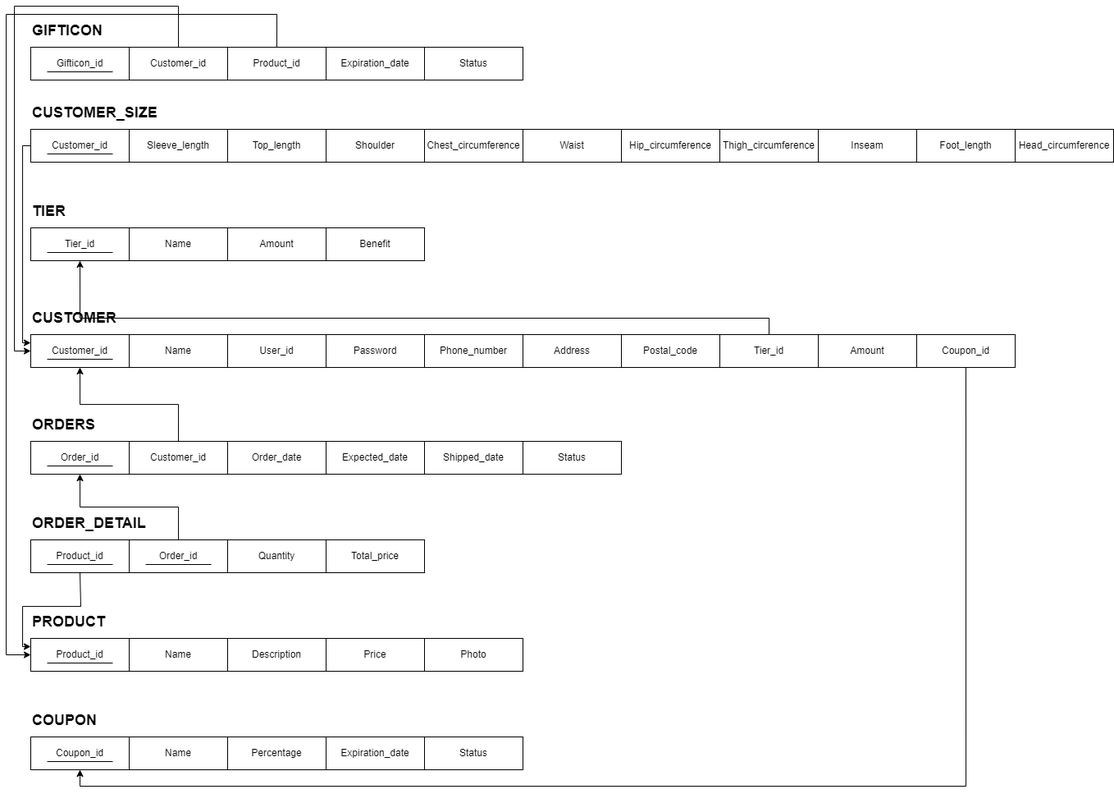
The draw.io diagram Phase_2/Phase_2_ER_relational_modeling.png in taegon98/COMP0322, before a commit. Source tidied: cells renumbered, new cells last; positions are measured from the earlier drawing's top-left corner, leaving out a move shared by most shapes.
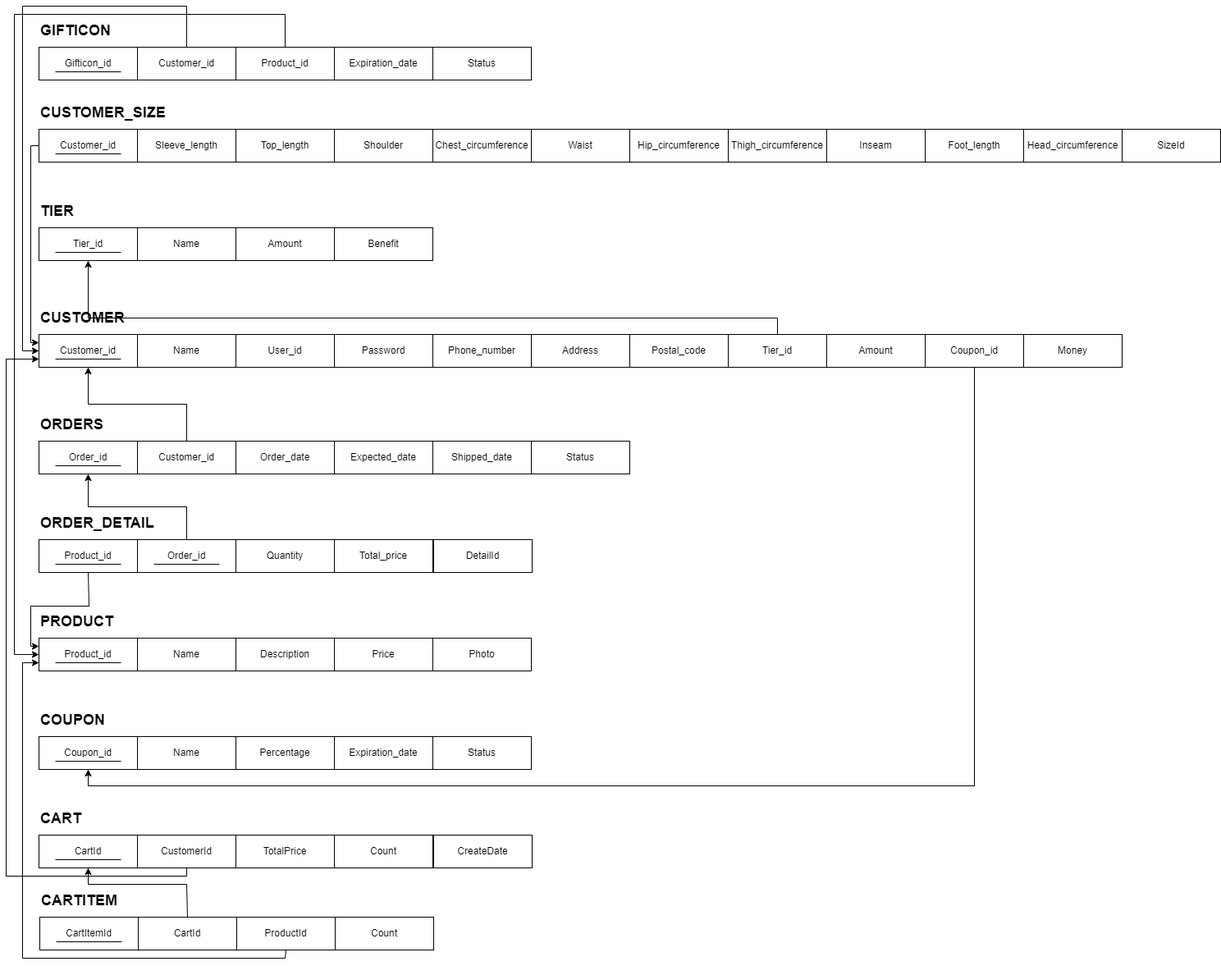
Later version of the same file.

Change to the diagram source:
```diff
@@ -307,5 +307,87 @@
     <mxCell id="79" value="Total_price" style="rounded=0;whiteSpace=wrap;html=1;" parent="1" vertex="1">
       <mxGeometry x="390" y="650" width="120" height="40" as="geometry" />
     </mxCell>
+    <mxCell id="80" value="Money" style="rounded=0;whiteSpace=wrap;html=1;" parent="1" vertex="1">
+      <mxGeometry x="1230" y="400" width="120" height="40" as="geometry" />
+    </mxCell>
+    <mxCell id="81" value="DetailId" style="rounded=0;whiteSpace=wrap;html=1;" parent="1" vertex="1">
+      <mxGeometry x="511" y="650" width="120" height="40" as="geometry" />
+    </mxCell>
+    <mxCell id="82" value="SizeId" style="rounded=0;whiteSpace=wrap;html=1;" parent="1" vertex="1">
+      <mxGeometry x="1350" y="150" width="120" height="40" as="geometry" />
+    </mxCell>
+    <mxCell id="83" value="CartId" style="rounded=0;whiteSpace=wrap;html=1;" parent="1" vertex="1">
+      <mxGeometry x="30" y="1010" width="120" height="40" as="geometry" />
+    </mxCell>
+    <mxCell id="84" value="CustomerId&lt;span style=&quot;white-space: pre;&quot;&gt;&#9;&lt;/span&gt;" style="rounded=0;whiteSpace=wrap;html=1;" parent="1" vertex="1">
+      <mxGeometry x="150" y="1010" width="120" height="40" as="geometry" />
+    </mxCell>
+    <mxCell id="85" value="TotalPrice" style="rounded=0;whiteSpace=wrap;html=1;" parent="1" vertex="1">
+      <mxGeometry x="270" y="1010" width="120" height="40" as="geometry" />
+    </mxCell>
+    <mxCell id="86" value="Count" style="rounded=0;whiteSpace=wrap;html=1;" parent="1" vertex="1">
+      <mxGeometry x="390" y="1010" width="120" height="40" as="geometry" />
+    </mxCell>
+    <mxCell id="87" style="endArrow=none;html=1;rounded=0;" parent="1" edge="1">
+      <mxGeometry relative="1" as="geometry">
+        <mxPoint x="130" y="1040" as="sourcePoint" />
+        <mxPoint x="50" y="1040" as="targetPoint" />
+      </mxGeometry>
+    </mxCell>
+    <mxCell id="88" value="CreateDate" style="rounded=0;whiteSpace=wrap;html=1;" parent="1" vertex="1">
+      <mxGeometry x="511" y="1010" width="120" height="40" as="geometry" />
+    </mxCell>
+    <mxCell id="89" style="edgeStyle=orthogonalEdgeStyle;rounded=0;jettySize=auto;html=1;exitX=0.5;exitY=1;exitDx=0;exitDy=0;entryX=0;entryY=0.75;entryDx=0;entryDy=0;" parent="1" edge="1" source="84" target="5">
+      <mxGeometry relative="1" as="geometry">
+        <Array as="points">
+          <mxPoint x="210" y="1060" />
+          <mxPoint x="-10" y="1060" />
+          <mxPoint x="-10" y="430" />
+        </Array>
+      </mxGeometry>
+    </mxCell>
+    <mxCell id="90" value="&lt;span style=&quot;font-size: 18px;&quot;&gt;&lt;b&gt;CART&lt;/b&gt;&lt;/span&gt;" style="text;html=1;align=left;verticalAlign=middle;strokeColor=none;fillColor=none;" parent="1" vertex="1">
+      <mxGeometry x="30" y="970" width="70" height="40" as="geometry" />
+    </mxCell>
+    <mxCell id="91" value="CartItemId" style="rounded=0;whiteSpace=wrap;html=1;" parent="1" vertex="1">
+      <mxGeometry x="31" y="1110" width="120" height="40" as="geometry" />
+    </mxCell>
+    <mxCell id="92" value="CartId" style="rounded=0;whiteSpace=wrap;html=1;" parent="1" vertex="1">
+      <mxGeometry x="151" y="1110" width="120" height="40" as="geometry" />
+    </mxCell>
+    <mxCell id="93" value="ProductId" style="rounded=0;whiteSpace=wrap;html=1;" parent="1" vertex="1">
+      <mxGeometry x="271" y="1110" width="120" height="40" as="geometry" />
+    </mxCell>
+    <mxCell id="94" value="Count" style="rounded=0;whiteSpace=wrap;html=1;" parent="1" vertex="1">
+      <mxGeometry x="391" y="1110" width="120" height="40" as="geometry" />
+    </mxCell>
+    <mxCell id="95" style="endArrow=none;html=1;rounded=0;" parent="1" edge="1">
+      <mxGeometry relative="1" as="geometry">
+        <mxPoint x="131" y="1140" as="sourcePoint" />
+        <mxPoint x="51" y="1140" as="targetPoint" />
+      </mxGeometry>
+    </mxCell>
+    <mxCell id="96" style="edgeStyle=orthogonalEdgeStyle;rounded=0;jettySize=auto;html=1;entryX=0.5;entryY=1;entryDx=0;entryDy=0;exitX=0.5;exitY=0;exitDx=0;exitDy=0;" parent="1" edge="1" source="92" target="83">
+      <mxGeometry relative="1" as="geometry">
+        <Array as="points">
+          <mxPoint x="210" y="1110" />
+          <mxPoint x="210" y="1070" />
+          <mxPoint x="90" y="1070" />
+        </Array>
+      </mxGeometry>
+    </mxCell>
+    <mxCell id="97" style="edgeStyle=orthogonalEdgeStyle;rounded=0;jettySize=auto;html=1;exitX=0.5;exitY=1;exitDx=0;exitDy=0;entryX=0;entryY=0.75;entryDx=0;entryDy=0;" parent="1" edge="1" source="93" target="31">
+      <mxGeometry relative="1" as="geometry">
+        <Array as="points">
+          <mxPoint x="330" y="1150" />
+          <mxPoint x="330" y="1160" />
+          <mxPoint x="10" y="1160" />
+          <mxPoint x="10" y="800" />
+        </Array>
+      </mxGeometry>
+    </mxCell>
+    <mxCell id="98" value="&lt;span style=&quot;font-size: 18px;&quot;&gt;&lt;b&gt;CARTITEM&lt;/b&gt;&lt;/span&gt;" style="text;html=1;align=left;verticalAlign=middle;strokeColor=none;fillColor=none;" parent="1" vertex="1">
+      <mxGeometry x="31" y="1070" width="120" height="40" as="geometry" />
+    </mxCell>
   </root>
 </mxGraphModel>
```
